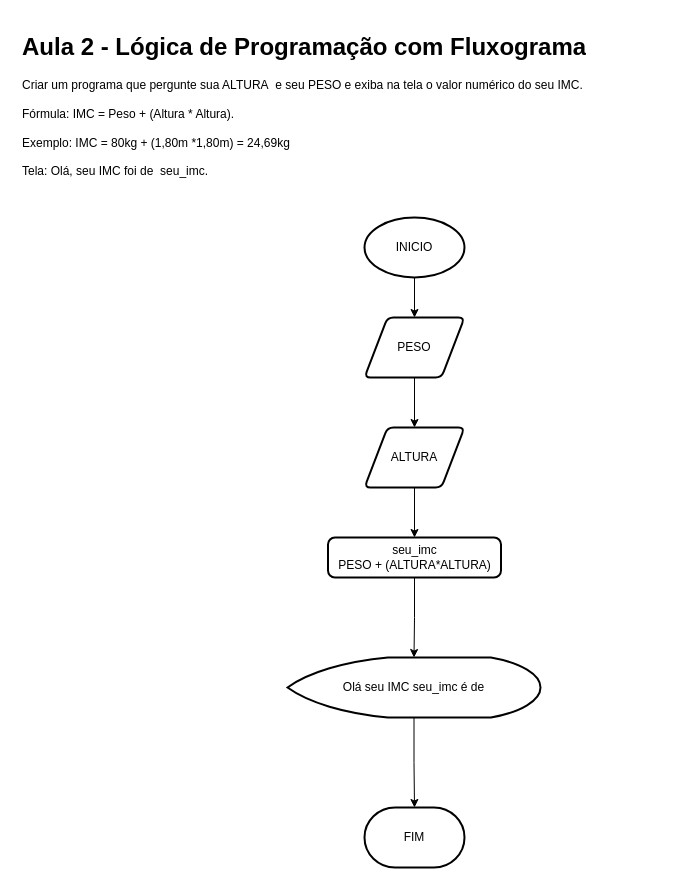
aran-wesley/CursoCSharp keeps this draw.io diagram as page "4- Calcular IMC" (4 of 7) of 01 - Mensagem Olá Mundo.drawio. Above is the earlier version. Source tidied: cells renumbered, new cells numbered last; positions are measured from the earlier drawing's top-left corner, leaving out a move shared by most shapes. Both pictures are drawn from the tidied source at 100%, with x=0, y=0 at pixel (17, 27).
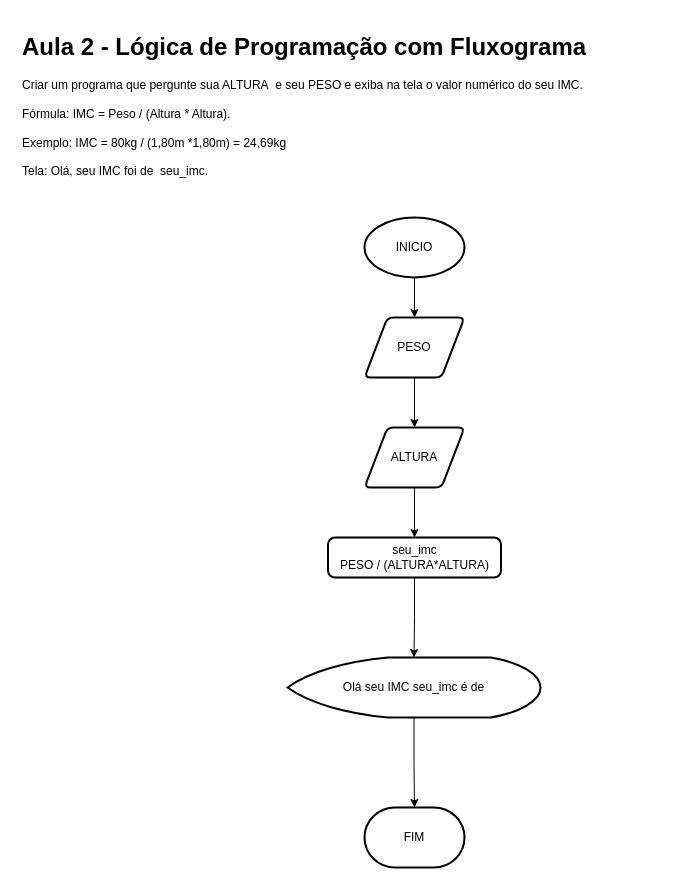
After the change.

What changed in the source:
```diff
@@
 <mxGraphModel>
   <root>
     <mxCell id="0" />
     <mxCell id="1" parent="0" />
-    <mxCell id="2" value="&lt;h1&gt;Aula 2 - Lógica de Programação com Fluxograma&lt;/h1&gt;&lt;div&gt;Criar um programa que pergunte sua ALTURA&amp;nbsp; e seu PESO e exiba na tela o valor numérico do seu IMC.&lt;/div&gt;&lt;div&gt;&lt;br&gt;&lt;/div&gt;&lt;div&gt;Fórmula: IMC = Peso + (Altura * Altura).&lt;/div&gt;&lt;div&gt;&lt;br&gt;&lt;/div&gt;&lt;div&gt;Exemplo: IMC = 80kg + (1,80m *1,80m) = 24,69kg&lt;/div&gt;&lt;div&gt;&lt;br&gt;&lt;/div&gt;&lt;div&gt;Tela: Olá, seu IMC foi de&amp;nbsp; seu_imc.&lt;/div&gt;" style="text;html=1;strokeColor=none;fillColor=none;spacing=5;spacingTop=-20;whiteSpace=wrap;overflow=hidden;rounded=0;" parent="1" vertex="1">
+    <mxCell id="2" value="&lt;h1&gt;Aula 2 - Lógica de Programação com Fluxograma&lt;/h1&gt;&lt;div&gt;Criar um programa que pergunte sua ALTURA&amp;nbsp; e seu PESO e exiba na tela o valor numérico do seu IMC.&lt;/div&gt;&lt;div&gt;&lt;br&gt;&lt;/div&gt;&lt;div&gt;Fórmula: IMC = Peso / (Altura * Altura).&lt;/div&gt;&lt;div&gt;&lt;br&gt;&lt;/div&gt;&lt;div&gt;Exemplo: IMC = 80kg / (1,80m *1,80m) = 24,69kg&lt;/div&gt;&lt;div&gt;&lt;br&gt;&lt;/div&gt;&lt;div&gt;Tela: Olá, seu IMC foi de&amp;nbsp; seu_imc.&lt;/div&gt;" style="text;html=1;strokeColor=none;fillColor=none;spacing=5;spacingTop=-20;whiteSpace=wrap;overflow=hidden;rounded=0;" parent="1" vertex="1">
       <mxGeometry width="640" height="170" as="geometry" />
     </mxCell>
     <mxCell id="3" style="edgeStyle=orthogonalEdgeStyle;rounded=0;jettySize=auto;html=1;" parent="1" edge="1" source="4" target="6">
       <mxGeometry relative="1" as="geometry" />
     </mxCell>
     <mxCell id="4" value="INICIO" style="strokeWidth=2;html=1;shape=mxgraph.flowchart.start_1;whiteSpace=wrap;" parent="1" vertex="1">
       <mxGeometry x="347" y="190" width="100" height="60" as="geometry" />
     </mxCell>
     <mxCell id="5" style="edgeStyle=orthogonalEdgeStyle;rounded=0;jettySize=auto;html=1;" parent="1" edge="1" source="6" target="8">
       <mxGeometry relative="1" as="geometry" />
     </mxCell>
     <mxCell id="6" value="PESO" style="shape=parallelogram;html=1;strokeWidth=2;perimeter=parallelogramPerimeter;whiteSpace=wrap;rounded=1;arcSize=12;size=0.23;" parent="1" vertex="1">
       <mxGeometry x="347" y="290" width="100" height="60" as="geometry" />
     </mxCell>
     <mxCell id="7" style="edgeStyle=orthogonalEdgeStyle;rounded=0;jettySize=auto;html=1;" parent="1" edge="1" source="8" target="10">
       <mxGeometry relative="1" as="geometry" />
     </mxCell>
     <mxCell id="8" value="ALTURA" style="shape=parallelogram;html=1;strokeWidth=2;perimeter=parallelogramPerimeter;whiteSpace=wrap;rounded=1;arcSize=12;size=0.23;" parent="1" vertex="1">
       <mxGeometry x="347" y="400" width="100" height="60" as="geometry" />
     </mxCell>
     <mxCell id="9" style="edgeStyle=orthogonalEdgeStyle;rounded=0;jettySize=auto;html=1;" parent="1" edge="1" source="10" target="12">
       <mxGeometry relative="1" as="geometry" />
     </mxCell>
-    <mxCell id="10" value="seu_imc&lt;br&gt;PESO + (ALTURA*ALTURA)" style="rounded=1;whiteSpace=wrap;html=1;absoluteArcSize=1;arcSize=14;strokeWidth=2;" parent="1" vertex="1">
+    <mxCell id="10" value="seu_imc&lt;br&gt;PESO / (ALTURA*ALTURA)" style="rounded=1;whiteSpace=wrap;html=1;absoluteArcSize=1;arcSize=14;strokeWidth=2;" parent="1" vertex="1">
       <mxGeometry x="310.5" y="510" width="173" height="40" as="geometry" />
     </mxCell>
     <mxCell id="11" style="edgeStyle=orthogonalEdgeStyle;rounded=0;jettySize=auto;html=1;" parent="1" edge="1" source="12" target="13">
       <mxGeometry relative="1" as="geometry" />
     </mxCell>
     <mxCell id="12" value="Olá seu IMC seu_imc é de" style="strokeWidth=2;html=1;shape=mxgraph.flowchart.display;whiteSpace=wrap;" parent="1" vertex="1">
       <mxGeometry x="270" y="630" width="253" height="60" as="geometry" />
     </mxCell>
     <mxCell id="13" value="FIM" style="strokeWidth=2;html=1;shape=mxgraph.flowchart.terminator;whiteSpace=wrap;" parent="1" vertex="1">
       <mxGeometry x="347" y="780" width="100" height="60" as="geometry" />
     </mxCell>
   </root>
 </mxGraphModel>
```
